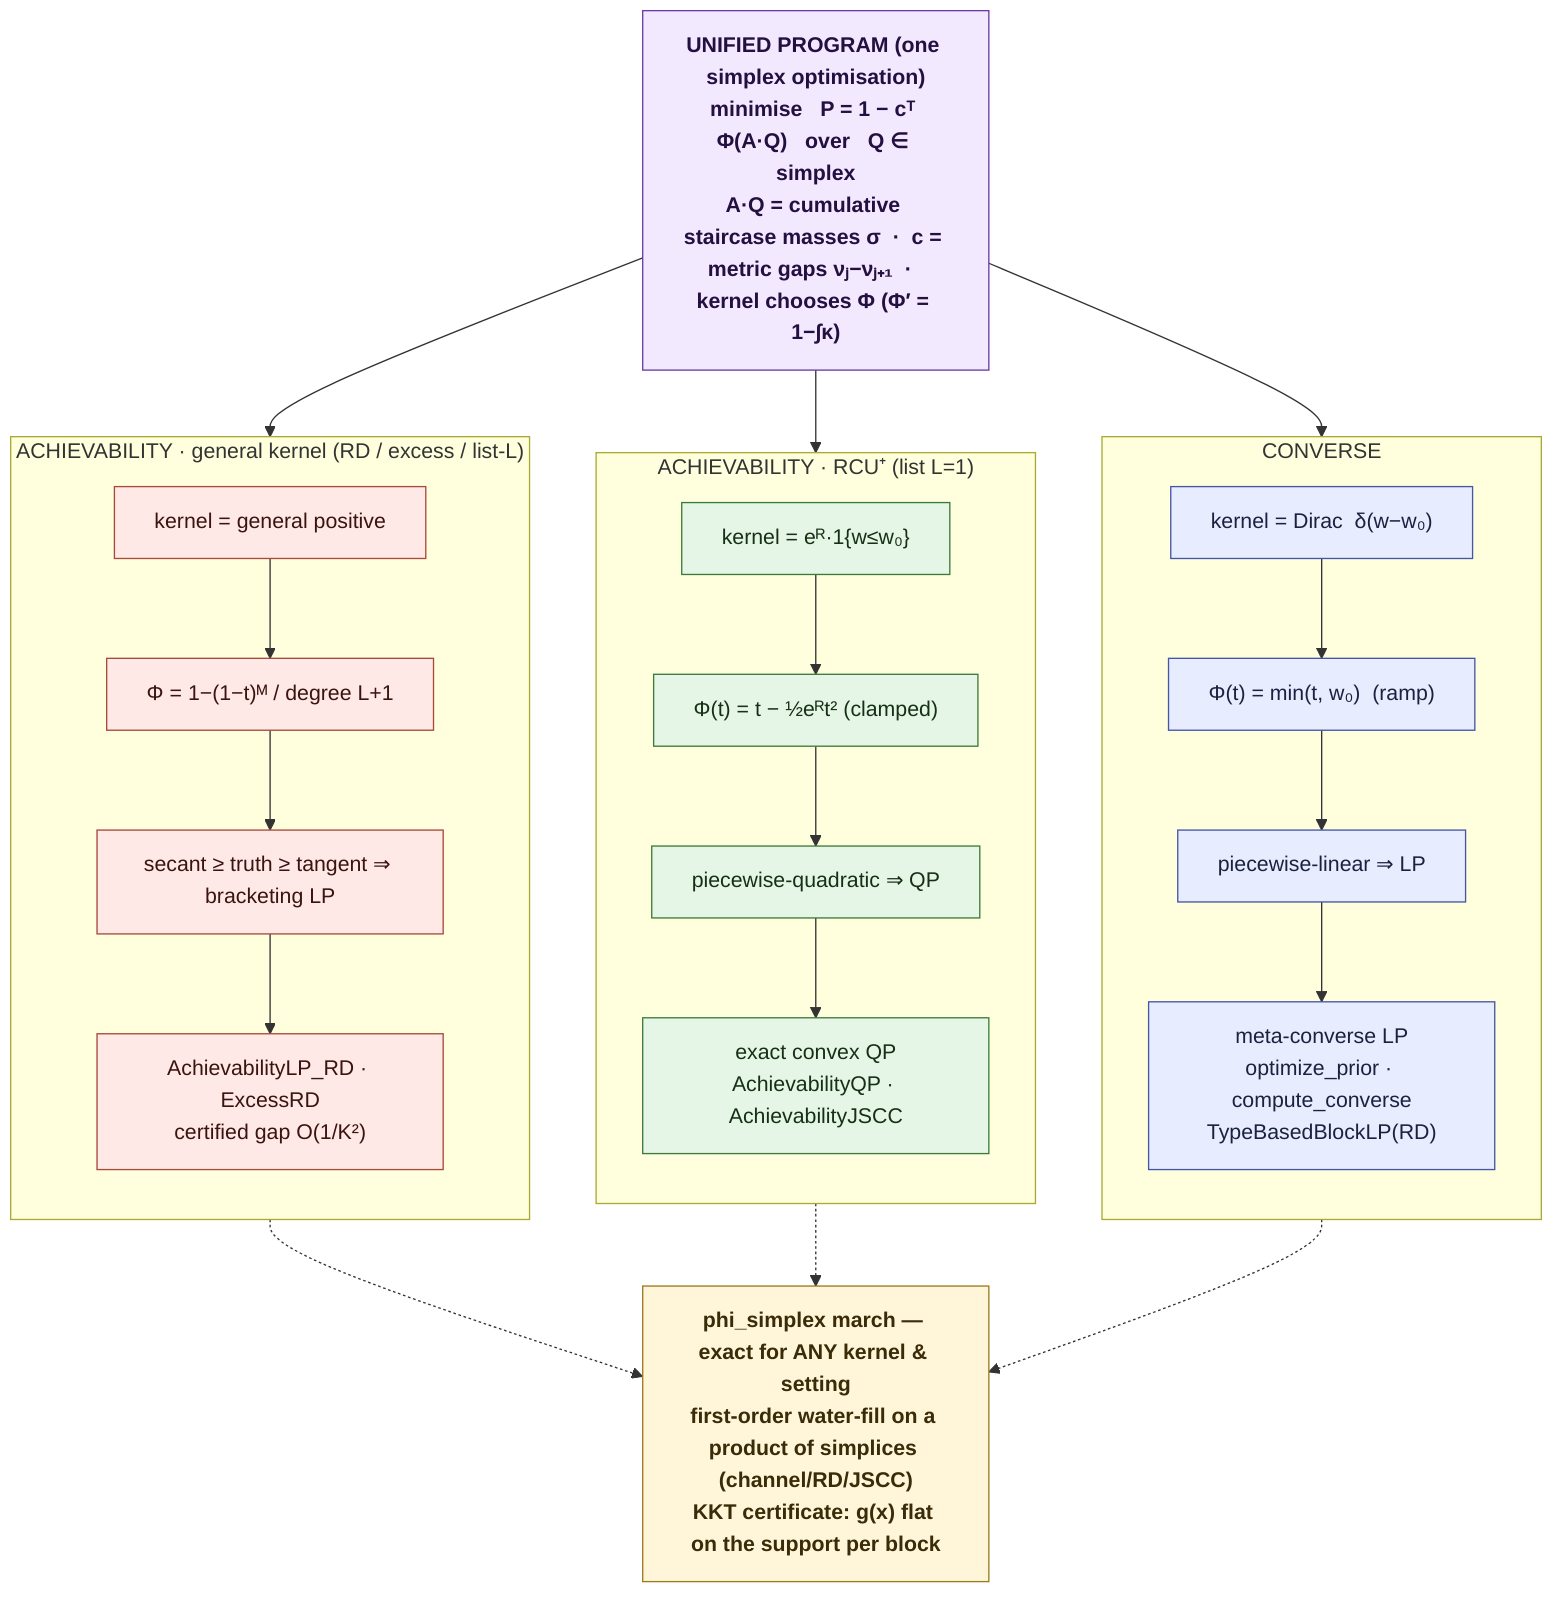
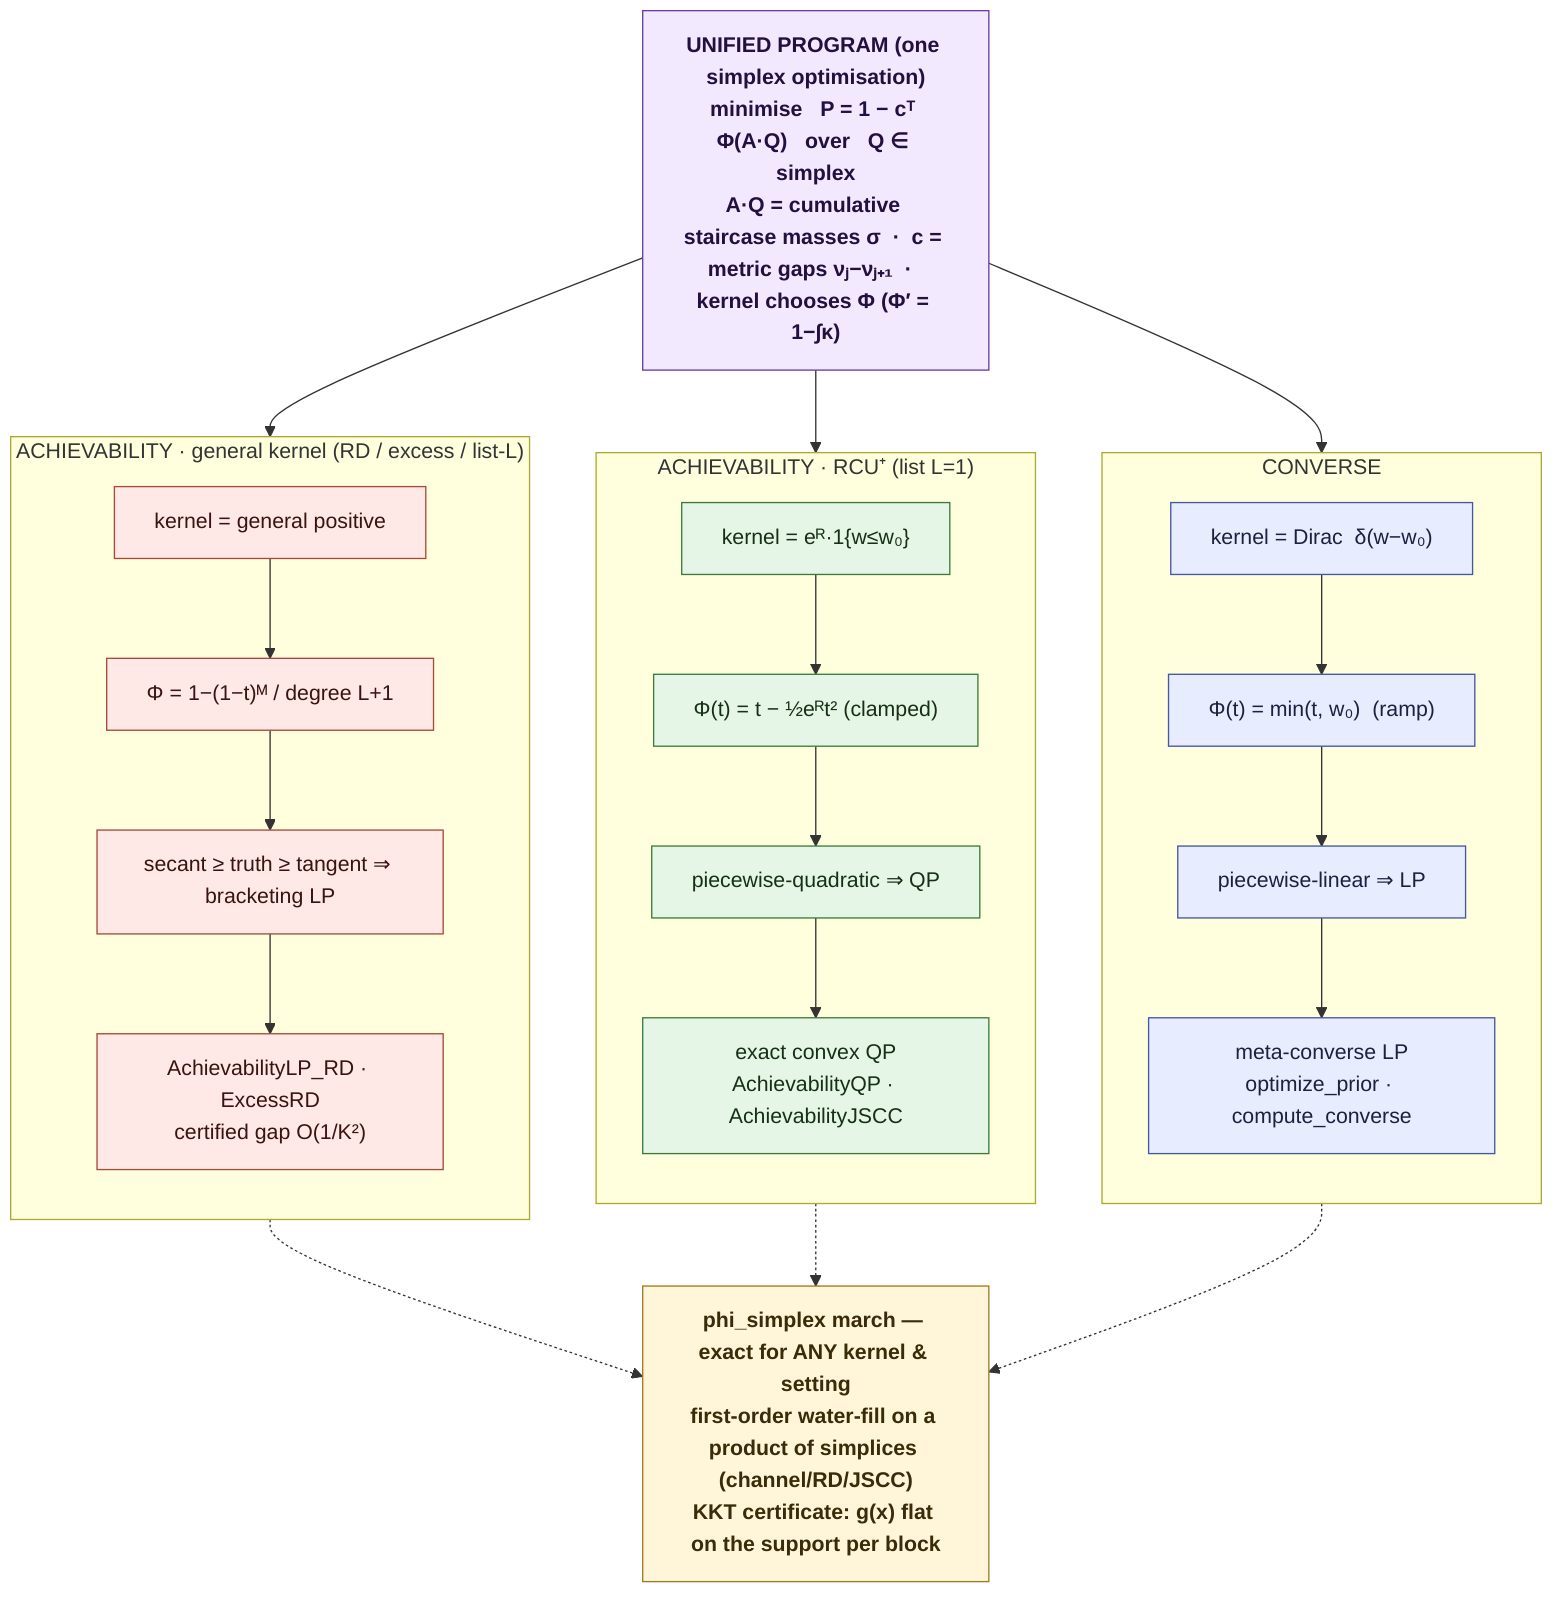
%% fbl — the one unified prior-optimization algorithm (Φ-view).
%% Source of truth for docs/algorithms.png. Render: python docs/render_diagram.py
flowchart TB
  classDef prog fill:#f3e9ff,stroke:#6a3ca6,color:#241040,font-weight:bold;
  classDef conv fill:#e8ecff,stroke:#4456a6,color:#1a2240;
  classDef ach1 fill:#e6f6e6,stroke:#3c7a3c,color:#163016;
  classDef ach2 fill:#ffe9e6,stroke:#a64a3c,color:#3a1410;
  classDef dir  fill:#fff6da,stroke:#9c7a1e,color:#3a2c08,font-weight:bold;

  P["UNIFIED PROGRAM (one simplex optimisation)<br/>minimise &nbsp; P = 1 − cᵀ Φ(A·Q) &nbsp; over &nbsp; Q ∈ simplex<br/>A·Q = cumulative staircase masses σ &nbsp;·&nbsp; c = metric gaps νⱼ−νⱼ₊₁ &nbsp;·&nbsp; kernel chooses Φ (Φ′ = 1−∫κ)"]:::prog

  P --> K1
  P --> K2
  P --> K3

  subgraph CONVERSE[" CONVERSE "]
    direction TB
-     K1["kernel = Dirac &nbsp;δ(w−w₀)"]:::conv --> F1["Φ(t) = min(t, w₀) &nbsp;(ramp)"]:::conv --> R1["piecewise-linear ⇒ LP"]:::conv --> S1["meta-converse LP<br/>optimize_prior · compute_converse<br/>TypeBasedBlockLP(RD)"]:::conv
+     K1["kernel = Dirac &nbsp;δ(w−w₀)"]:::conv --> F1["Φ(t) = min(t, w₀) &nbsp;(ramp)"]:::conv --> R1["piecewise-linear ⇒ LP"]:::conv --> S1["meta-converse LP<br/>optimize_prior · compute_converse"]:::conv
  end

  subgraph ACHA[" ACHIEVABILITY · RCU⁺ (list L=1) "]
    direction TB
    K2["kernel = eᴿ·1{w≤w₀}"]:::ach1 --> F2["Φ(t) = t − ½eᴿt²  (clamped)"]:::ach1 --> R2["piecewise-quadratic ⇒ QP"]:::ach1 --> S2["exact convex QP<br/>AchievabilityQP · AchievabilityJSCC"]:::ach1
  end

  subgraph ACHB[" ACHIEVABILITY · general kernel (RD / excess / list-L) "]
    direction TB
    K3["kernel = general positive"]:::ach2 --> F3["Φ = 1−(1−t)ᴹ  /  degree L+1"]:::ach2 --> R3["secant ≥ truth ≥ tangent ⇒ bracketing LP"]:::ach2 --> S3["AchievabilityLP_RD · ExcessRD<br/>certified gap O(1/K²)"]:::ach2
  end

  S1 -.-> DIR
  S2 -.-> DIR
  S3 -.-> DIR
  DIR["phi_simplex march — exact for ANY kernel & setting<br/>first-order water-fill on a product of simplices (channel/RD/JSCC)<br/>KKT certificate: g(x) flat on the support per block"]:::dir
